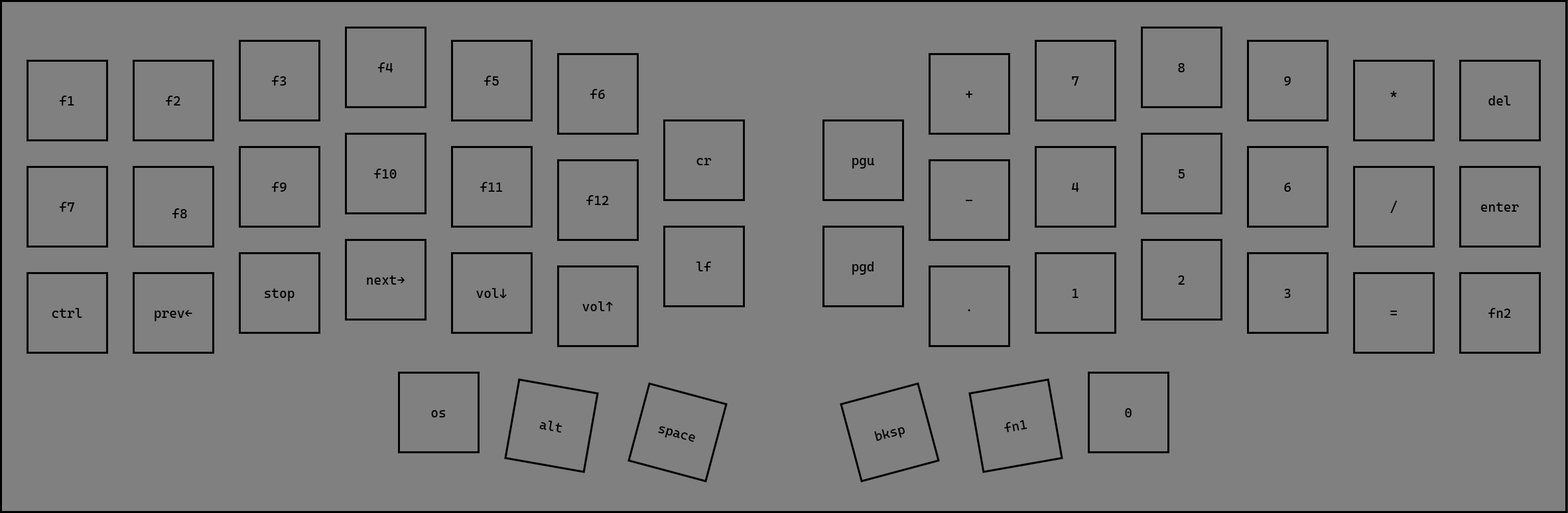
dellarosciagiorgio/crkbd keeps this draw.io diagram as imgs/layer2.png. Above is the earlier version. Source tidied: cells renumbered, new cells last; positions are measured from the earlier drawing's top-left corner, leaving out a move shared by most shapes.
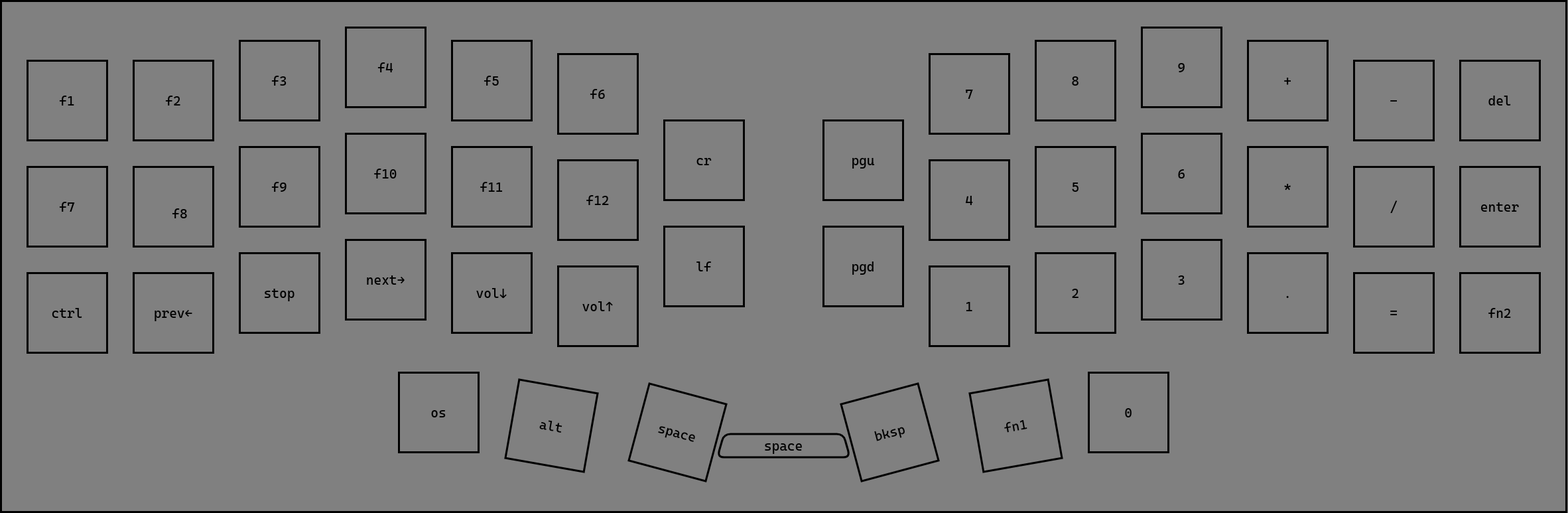
The same file after the commit.

The edit, as a diff of the source:
```diff
@@ -1,4 +1,4 @@
-<mxGraphModel background="#333333">
+<mxGraphModel background="#808080">
   <root>
     <mxCell id="0" />
     <mxCell id="1" parent="0" />
@@ -237,31 +237,31 @@
       <mxGeometry x="870" y="430" width="60" height="60" as="geometry" />
     </mxCell>
     <mxCell id="80" value="&lt;font style=&quot;font-size: 20px; color: rgb(0, 0, 0);&quot;&gt;1&lt;/font&gt;" style="text;html=1;strokeColor=none;fillColor=none;align=center;verticalAlign=middle;whiteSpace=wrap;rounded=0;strokeWidth=1;fontFamily=Cascadia Code;fontColor=default;rotation=0;" parent="1" vertex="1">
-      <mxGeometry x="1590" y="410" width="60" height="60" as="geometry" />
+      <mxGeometry x="1430" y="430" width="60" height="60" as="geometry" />
     </mxCell>
     <mxCell id="81" value="&lt;font style=&quot;font-size: 20px; color: rgb(0, 0, 0);&quot;&gt;2&lt;/font&gt;" style="text;html=1;strokeColor=none;fillColor=none;align=center;verticalAlign=middle;whiteSpace=wrap;rounded=0;strokeWidth=1;fontFamily=Cascadia Code;fontColor=default;rotation=0;" parent="1" vertex="1">
-      <mxGeometry x="1750" y="390" width="60" height="60" as="geometry" />
+      <mxGeometry x="1590" y="410" width="60" height="60" as="geometry" />
     </mxCell>
     <mxCell id="82" value="&lt;font style=&quot;font-size: 20px; color: rgb(0, 0, 0);&quot;&gt;3&lt;/font&gt;" style="text;html=1;strokeColor=none;fillColor=none;align=center;verticalAlign=middle;whiteSpace=wrap;rounded=0;strokeWidth=1;fontFamily=Cascadia Code;fontColor=default;rotation=0;" parent="1" vertex="1">
-      <mxGeometry x="1910" y="410" width="60" height="60" as="geometry" />
+      <mxGeometry x="1750" y="390" width="60" height="60" as="geometry" />
     </mxCell>
     <mxCell id="83" value="&lt;font style=&quot;font-size: 20px; color: rgb(0, 0, 0);&quot;&gt;6&lt;/font&gt;" style="text;html=1;strokeColor=none;fillColor=none;align=center;verticalAlign=middle;whiteSpace=wrap;rounded=0;strokeWidth=1;fontFamily=Cascadia Code;fontColor=default;rotation=0;" parent="1" vertex="1">
-      <mxGeometry x="1910" y="250" width="60" height="60" as="geometry" />
+      <mxGeometry x="1750" y="230" width="60" height="60" as="geometry" />
     </mxCell>
     <mxCell id="84" value="&lt;font style=&quot;font-size: 20px; color: rgb(0, 0, 0);&quot;&gt;5&lt;/font&gt;" style="text;html=1;strokeColor=none;fillColor=none;align=center;verticalAlign=middle;whiteSpace=wrap;rounded=0;strokeWidth=1;fontFamily=Cascadia Code;fontColor=default;rotation=0;" parent="1" vertex="1">
-      <mxGeometry x="1750" y="230" width="60" height="60" as="geometry" />
+      <mxGeometry x="1590" y="250" width="60" height="60" as="geometry" />
     </mxCell>
     <mxCell id="85" value="&lt;font style=&quot;font-size: 20px; color: rgb(0, 0, 0);&quot;&gt;4&lt;/font&gt;" style="text;html=1;strokeColor=none;fillColor=none;align=center;verticalAlign=middle;whiteSpace=wrap;rounded=0;strokeWidth=1;fontFamily=Cascadia Code;fontColor=default;rotation=0;" parent="1" vertex="1">
-      <mxGeometry x="1590" y="250" width="60" height="60" as="geometry" />
+      <mxGeometry x="1430" y="270" width="60" height="60" as="geometry" />
     </mxCell>
     <mxCell id="86" value="&lt;font style=&quot;font-size: 20px; color: rgb(0, 0, 0);&quot;&gt;7&lt;/font&gt;" style="text;html=1;strokeColor=none;fillColor=none;align=center;verticalAlign=middle;whiteSpace=wrap;rounded=0;strokeWidth=1;fontFamily=Cascadia Code;fontColor=default;rotation=0;" parent="1" vertex="1">
-      <mxGeometry x="1590" y="90" width="60" height="60" as="geometry" />
+      <mxGeometry x="1430" y="110" width="60" height="60" as="geometry" />
     </mxCell>
     <mxCell id="87" value="&lt;font style=&quot;font-size: 20px; color: rgb(0, 0, 0);&quot;&gt;8&lt;/font&gt;" style="text;html=1;strokeColor=none;fillColor=none;align=center;verticalAlign=middle;whiteSpace=wrap;rounded=0;strokeWidth=1;fontFamily=Cascadia Code;fontColor=default;rotation=0;" parent="1" vertex="1">
-      <mxGeometry x="1750" y="70" width="60" height="60" as="geometry" />
+      <mxGeometry x="1590" y="90" width="60" height="60" as="geometry" />
     </mxCell>
     <mxCell id="88" value="&lt;font style=&quot;font-size: 20px; color: rgb(0, 0, 0);&quot;&gt;9&lt;/font&gt;" style="text;html=1;strokeColor=none;fillColor=none;align=center;verticalAlign=middle;whiteSpace=wrap;rounded=0;strokeWidth=1;fontFamily=Cascadia Code;fontColor=default;rotation=0;" parent="1" vertex="1">
-      <mxGeometry x="1910" y="90" width="60" height="60" as="geometry" />
+      <mxGeometry x="1750" y="70" width="60" height="60" as="geometry" />
     </mxCell>
     <mxCell id="89" value="&lt;font style=&quot;font-size: 20px; color: rgb(0, 0, 0);&quot;&gt;/&lt;/font&gt;" style="text;html=1;strokeColor=none;fillColor=none;align=center;verticalAlign=middle;whiteSpace=wrap;rounded=0;strokeWidth=1;fontFamily=Cascadia Code;fontColor=default;rotation=0;" parent="1" vertex="1">
       <mxGeometry x="2070" y="280" width="60" height="60" as="geometry" />
@@ -270,16 +270,22 @@
       <mxGeometry x="2070" y="440" width="60" height="60" as="geometry" />
     </mxCell>
     <mxCell id="91" value="&lt;font style=&quot;font-size: 20px; color: rgb(0, 0, 0);&quot;&gt;-&lt;/font&gt;" style="text;html=1;strokeColor=none;fillColor=none;align=center;verticalAlign=middle;whiteSpace=wrap;rounded=0;strokeWidth=1;fontFamily=Cascadia Code;fontColor=default;rotation=0;" parent="1" vertex="1">
-      <mxGeometry x="1430" y="270" width="60" height="60" as="geometry" />
+      <mxGeometry x="2070" y="120" width="60" height="60" as="geometry" />
     </mxCell>
     <mxCell id="92" value="&lt;font style=&quot;font-size: 20px; color: rgb(0, 0, 0);&quot;&gt;+&lt;/font&gt;" style="text;html=1;strokeColor=none;fillColor=none;align=center;verticalAlign=middle;whiteSpace=wrap;rounded=0;strokeWidth=1;fontFamily=Cascadia Code;fontColor=default;rotation=0;" parent="1" vertex="1">
-      <mxGeometry x="1430" y="110" width="60" height="60" as="geometry" />
+      <mxGeometry x="1910" y="90" width="60" height="60" as="geometry" />
     </mxCell>
     <mxCell id="93" value="&lt;font style=&quot;font-size: 20px; color: rgb(0, 0, 0);&quot;&gt;.&lt;/font&gt;" style="text;html=1;strokeColor=none;fillColor=none;align=center;verticalAlign=middle;whiteSpace=wrap;rounded=0;strokeWidth=1;fontFamily=Cascadia Code;fontColor=default;rotation=0;" parent="1" vertex="1">
-      <mxGeometry x="1430" y="430" width="60" height="60" as="geometry" />
+      <mxGeometry x="1910" y="410" width="60" height="60" as="geometry" />
     </mxCell>
     <mxCell id="94" value="&lt;font style=&quot;font-size: 20px; color: rgb(0, 0, 0);&quot;&gt;*&lt;/font&gt;" style="text;html=1;strokeColor=none;fillColor=none;align=center;verticalAlign=middle;whiteSpace=wrap;rounded=0;strokeWidth=1;fontFamily=Cascadia Code;fontColor=default;rotation=0;" parent="1" vertex="1">
-      <mxGeometry x="2070" y="110" width="60" height="60" as="geometry" />
+      <mxGeometry x="1910" y="250" width="60" height="60" as="geometry" />
     </mxCell>
+    <mxCell id="95" value="&lt;font style=&quot;font-size: 20px; color: rgb(0, 0, 0);&quot;&gt;space&lt;/font&gt;" style="text;html=1;strokeColor=none;fillColor=none;align=center;verticalAlign=middle;whiteSpace=wrap;rounded=0;strokeWidth=1;fontFamily=Cascadia Code;fontColor=default;rotation=0;" parent="1" vertex="1">
+      <mxGeometry x="1150" y="640" width="60" height="60" as="geometry" />
+    </mxCell>
+    <mxCell id="96" style="shape=trapezoid;perimeter=trapezoidPerimeter;whiteSpace=wrap;html=1;fixedSize=1;size=10;rounded=1;fillColor=none;strokeWidth=3;" parent="1" vertex="1">
+      <mxGeometry x="1080" y="652.5" width="200" height="35" as="geometry" />
+    </mxCell>
   </root>
 </mxGraphModel>
```
